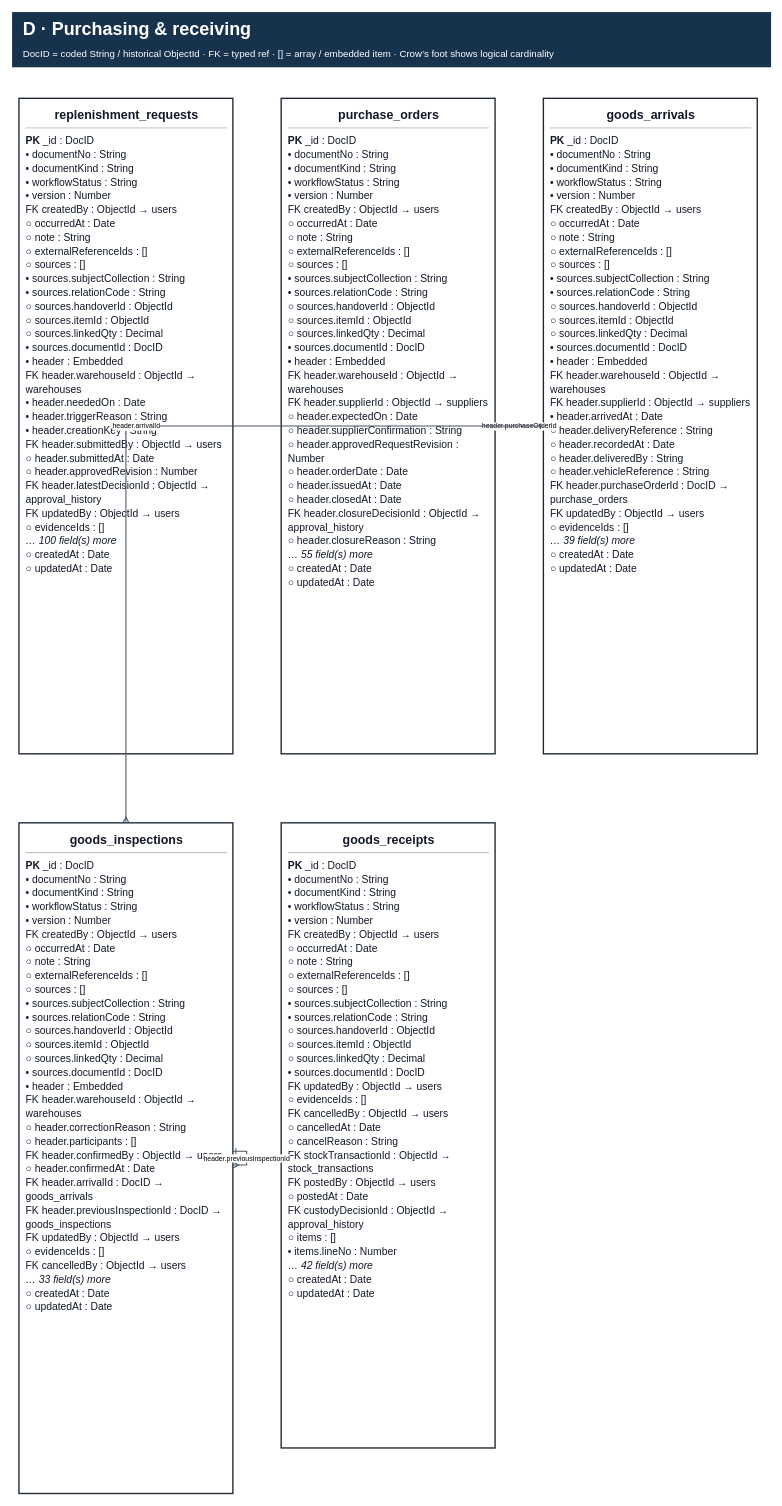
bupbalabup/wmsd_be keeps this draw.io diagram as page "D · Purchasing & receiving" (5 of 11) of git_doc/docs/03_thiet_ke/DB_Current_2026-11-12_58/WMSD_ERD_Current.drawio. Above is the earlier version. Source tidied: cells renumbered, new cells numbered last; positions are measured from the earlier drawing's top-left corner, leaving out a move shared by most shapes. Both pictures are drawn from the tidied source at 69%, with x=0, y=0 at pixel (12, 12).
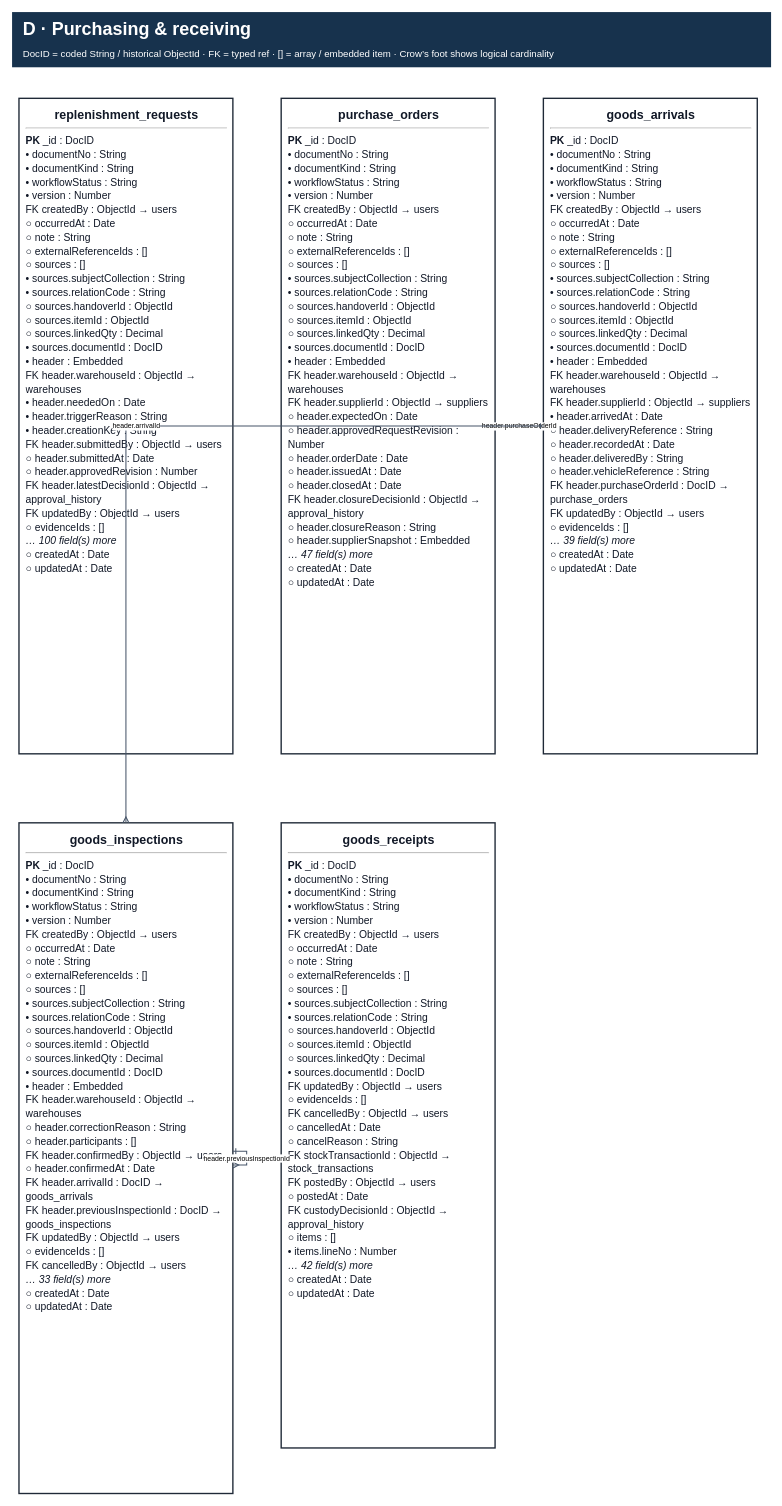
Above is the later version.

Diff of the diagram source:
```diff
@@
 <mxGraphModel background="#FFFFFF">
   <root>
     <mxCell id="0" />
     <mxCell id="1" parent="0" />
     <mxCell id="2" value="&lt;b&gt;D · Purchasing &amp; receiving&lt;/b&gt;&lt;br/&gt;&lt;font style=&quot;font-size:14px&quot;&gt;DocID = coded String / historical ObjectId · FK = typed ref · [] = array / embedded item · Crow’s foot shows logical cardinality&lt;/font&gt;" style="rounded=0;whiteSpace=wrap;html=1;fillColor=#17324D;strokeColor=none;fontColor=#FFFFFF;align=left;verticalAlign=middle;spacing=16;fontFamily=Arial;fontSize=26;" parent="1" vertex="1">
       <mxGeometry width="1100" height="80" as="geometry" />
     </mxCell>
     <mxCell id="3" value="&lt;div style=&quot;font-size:15px;line-height:20px&quot;&gt;&lt;div style=&quot;text-align:center;font-size:18px&quot;&gt;&lt;b&gt;replenishment_requests&lt;/b&gt;&lt;/div&gt;&lt;hr/&gt;&lt;div&gt;&lt;b&gt;PK&lt;/b&gt;  _id : DocID&lt;br/&gt;•  documentNo : String&lt;br/&gt;•  documentKind : String&lt;br/&gt;•  workflowStatus : String&lt;br/&gt;•  version : Number&lt;br/&gt;FK  createdBy : ObjectId → users&lt;br/&gt;○  occurredAt : Date&lt;br/&gt;○  note : String&lt;br/&gt;○  externalReferenceIds : []&lt;br/&gt;○  sources : []&lt;br/&gt;•  sources.subjectCollection : String&lt;br/&gt;•  sources.relationCode : String&lt;br/&gt;○  sources.handoverId : ObjectId&lt;br/&gt;○  sources.itemId : ObjectId&lt;br/&gt;○  sources.linkedQty : Decimal&lt;br/&gt;•  sources.documentId : DocID&lt;br/&gt;•  header : Embedded&lt;br/&gt;FK  header.warehouseId : ObjectId → warehouses&lt;br/&gt;•  header.neededOn : Date&lt;br/&gt;•  header.triggerReason : String&lt;br/&gt;•  header.creationKey : String&lt;br/&gt;FK  header.submittedBy : ObjectId → users&lt;br/&gt;○  header.submittedAt : Date&lt;br/&gt;○  header.approvedRevision : Number&lt;br/&gt;FK  header.latestDecisionId : ObjectId → approval_history&lt;br/&gt;FK  updatedBy : ObjectId → users&lt;br/&gt;○  evidenceIds : []&lt;br/&gt;&lt;i&gt;… 100 field(s) more&lt;/i&gt;&lt;br/&gt;○ createdAt : Date&lt;br/&gt;○ updatedAt : Date&lt;/div&gt;&lt;/div&gt;" style="rounded=0;whiteSpace=wrap;html=1;fillColor=#FFFFFF;strokeColor=#1F2937;strokeWidth=2;fontColor=#111827;align=left;verticalAlign=top;spacing=10;fontFamily=Arial;overflow=hidden;" parent="1" vertex="1">
       <mxGeometry x="10" y="125" width="310" height="950" as="geometry" />
     </mxCell>
-    <mxCell id="4" value="&lt;div style=&quot;font-size:15px;line-height:20px&quot;&gt;&lt;div style=&quot;text-align:center;font-size:18px&quot;&gt;&lt;b&gt;purchase_orders&lt;/b&gt;&lt;/div&gt;&lt;hr/&gt;&lt;div&gt;&lt;b&gt;PK&lt;/b&gt;  _id : DocID&lt;br/&gt;•  documentNo : String&lt;br/&gt;•  documentKind : String&lt;br/&gt;•  workflowStatus : String&lt;br/&gt;•  version : Number&lt;br/&gt;FK  createdBy : ObjectId → users&lt;br/&gt;○  occurredAt : Date&lt;br/&gt;○  note : String&lt;br/&gt;○  externalReferenceIds : []&lt;br/&gt;○  sources : []&lt;br/&gt;•  sources.subjectCollection : String&lt;br/&gt;•  sources.relationCode : String&lt;br/&gt;○  sources.handoverId : ObjectId&lt;br/&gt;○  sources.itemId : ObjectId&lt;br/&gt;○  sources.linkedQty : Decimal&lt;br/&gt;•  sources.documentId : DocID&lt;br/&gt;•  header : Embedded&lt;br/&gt;FK  header.warehouseId : ObjectId → warehouses&lt;br/&gt;FK  header.supplierId : ObjectId → suppliers&lt;br/&gt;○  header.expectedOn : Date&lt;br/&gt;○  header.supplierConfirmation : String&lt;br/&gt;○  header.approvedRequestRevision : Number&lt;br/&gt;○  header.orderDate : Date&lt;br/&gt;○  header.issuedAt : Date&lt;br/&gt;○  header.closedAt : Date&lt;br/&gt;FK  header.closureDecisionId : ObjectId → approval_history&lt;br/&gt;○  header.closureReason : String&lt;br/&gt;&lt;i&gt;… 55 field(s) more&lt;/i&gt;&lt;br/&gt;○ createdAt : Date&lt;br/&gt;○ updatedAt : Date&lt;/div&gt;&lt;/div&gt;" style="rounded=0;whiteSpace=wrap;html=1;fillColor=#FFFFFF;strokeColor=#1F2937;strokeWidth=2;fontColor=#111827;align=left;verticalAlign=top;spacing=10;fontFamily=Arial;overflow=hidden;" parent="1" vertex="1">
+    <mxCell id="4" value="&lt;div style=&quot;font-size:15px;line-height:20px&quot;&gt;&lt;div style=&quot;text-align:center;font-size:18px&quot;&gt;&lt;b&gt;purchase_orders&lt;/b&gt;&lt;/div&gt;&lt;hr/&gt;&lt;div&gt;&lt;b&gt;PK&lt;/b&gt;  _id : DocID&lt;br/&gt;•  documentNo : String&lt;br/&gt;•  documentKind : String&lt;br/&gt;•  workflowStatus : String&lt;br/&gt;•  version : Number&lt;br/&gt;FK  createdBy : ObjectId → users&lt;br/&gt;○  occurredAt : Date&lt;br/&gt;○  note : String&lt;br/&gt;○  externalReferenceIds : []&lt;br/&gt;○  sources : []&lt;br/&gt;•  sources.subjectCollection : String&lt;br/&gt;•  sources.relationCode : String&lt;br/&gt;○  sources.handoverId : ObjectId&lt;br/&gt;○  sources.itemId : ObjectId&lt;br/&gt;○  sources.linkedQty : Decimal&lt;br/&gt;•  sources.documentId : DocID&lt;br/&gt;•  header : Embedded&lt;br/&gt;FK  header.warehouseId : ObjectId → warehouses&lt;br/&gt;FK  header.supplierId : ObjectId → suppliers&lt;br/&gt;○  header.expectedOn : Date&lt;br/&gt;○  header.approvedRequestRevision : Number&lt;br/&gt;○  header.orderDate : Date&lt;br/&gt;○  header.issuedAt : Date&lt;br/&gt;○  header.closedAt : Date&lt;br/&gt;FK  header.closureDecisionId : ObjectId → approval_history&lt;br/&gt;○  header.closureReason : String&lt;br/&gt;○  header.supplierSnapshot : Embedded&lt;br/&gt;&lt;i&gt;… 47 field(s) more&lt;/i&gt;&lt;br/&gt;○ createdAt : Date&lt;br/&gt;○ updatedAt : Date&lt;/div&gt;&lt;/div&gt;" style="rounded=0;whiteSpace=wrap;html=1;fillColor=#FFFFFF;strokeColor=#1F2937;strokeWidth=2;fontColor=#111827;align=left;verticalAlign=top;spacing=10;fontFamily=Arial;overflow=hidden;" parent="1" vertex="1">
       <mxGeometry x="390" y="125" width="310" height="950" as="geometry" />
     </mxCell>
     <mxCell id="5" value="&lt;div style=&quot;font-size:15px;line-height:20px&quot;&gt;&lt;div style=&quot;text-align:center;font-size:18px&quot;&gt;&lt;b&gt;goods_arrivals&lt;/b&gt;&lt;/div&gt;&lt;hr/&gt;&lt;div&gt;&lt;b&gt;PK&lt;/b&gt;  _id : DocID&lt;br/&gt;•  documentNo : String&lt;br/&gt;•  documentKind : String&lt;br/&gt;•  workflowStatus : String&lt;br/&gt;•  version : Number&lt;br/&gt;FK  createdBy : ObjectId → users&lt;br/&gt;○  occurredAt : Date&lt;br/&gt;○  note : String&lt;br/&gt;○  externalReferenceIds : []&lt;br/&gt;○  sources : []&lt;br/&gt;•  sources.subjectCollection : String&lt;br/&gt;•  sources.relationCode : String&lt;br/&gt;○  sources.handoverId : ObjectId&lt;br/&gt;○  sources.itemId : ObjectId&lt;br/&gt;○  sources.linkedQty : Decimal&lt;br/&gt;•  sources.documentId : DocID&lt;br/&gt;•  header : Embedded&lt;br/&gt;FK  header.warehouseId : ObjectId → warehouses&lt;br/&gt;FK  header.supplierId : ObjectId → suppliers&lt;br/&gt;•  header.arrivedAt : Date&lt;br/&gt;○  header.deliveryReference : String&lt;br/&gt;○  header.recordedAt : Date&lt;br/&gt;○  header.deliveredBy : String&lt;br/&gt;○  header.vehicleReference : String&lt;br/&gt;FK  header.purchaseOrderId : DocID → purchase_orders&lt;br/&gt;FK  updatedBy : ObjectId → users&lt;br/&gt;○  evidenceIds : []&lt;br/&gt;&lt;i&gt;… 39 field(s) more&lt;/i&gt;&lt;br/&gt;○ createdAt : Date&lt;br/&gt;○ updatedAt : Date&lt;/div&gt;&lt;/div&gt;" style="rounded=0;whiteSpace=wrap;html=1;fillColor=#FFFFFF;strokeColor=#1F2937;strokeWidth=2;fontColor=#111827;align=left;verticalAlign=top;spacing=10;fontFamily=Arial;overflow=hidden;" parent="1" vertex="1">
       <mxGeometry x="770" y="125" width="310" height="950" as="geometry" />
     </mxCell>
     <mxCell id="6" value="&lt;div style=&quot;font-size:15px;line-height:20px&quot;&gt;&lt;div style=&quot;text-align:center;font-size:18px&quot;&gt;&lt;b&gt;goods_inspections&lt;/b&gt;&lt;/div&gt;&lt;hr/&gt;&lt;div&gt;&lt;b&gt;PK&lt;/b&gt;  _id : DocID&lt;br/&gt;•  documentNo : String&lt;br/&gt;•  documentKind : String&lt;br/&gt;•  workflowStatus : String&lt;br/&gt;•  version : Number&lt;br/&gt;FK  createdBy : ObjectId → users&lt;br/&gt;○  occurredAt : Date&lt;br/&gt;○  note : String&lt;br/&gt;○  externalReferenceIds : []&lt;br/&gt;○  sources : []&lt;br/&gt;•  sources.subjectCollection : String&lt;br/&gt;•  sources.relationCode : String&lt;br/&gt;○  sources.handoverId : ObjectId&lt;br/&gt;○  sources.itemId : ObjectId&lt;br/&gt;○  sources.linkedQty : Decimal&lt;br/&gt;•  sources.documentId : DocID&lt;br/&gt;•  header : Embedded&lt;br/&gt;FK  header.warehouseId : ObjectId → warehouses&lt;br/&gt;○  header.correctionReason : String&lt;br/&gt;○  header.participants : []&lt;br/&gt;FK  header.confirmedBy : ObjectId → users&lt;br/&gt;○  header.confirmedAt : Date&lt;br/&gt;FK  header.arrivalId : DocID → goods_arrivals&lt;br/&gt;FK  header.previousInspectionId : DocID → goods_inspections&lt;br/&gt;FK  updatedBy : ObjectId → users&lt;br/&gt;○  evidenceIds : []&lt;br/&gt;FK  cancelledBy : ObjectId → users&lt;br/&gt;&lt;i&gt;… 33 field(s) more&lt;/i&gt;&lt;br/&gt;○ createdAt : Date&lt;br/&gt;○ updatedAt : Date&lt;/div&gt;&lt;/div&gt;" style="rounded=0;whiteSpace=wrap;html=1;fillColor=#FFFFFF;strokeColor=#1F2937;strokeWidth=2;fontColor=#111827;align=left;verticalAlign=top;spacing=10;fontFamily=Arial;overflow=hidden;" parent="1" vertex="1">
       <mxGeometry x="10" y="1175" width="310" height="972" as="geometry" />
     </mxCell>
     <mxCell id="7" value="&lt;div style=&quot;font-size:15px;line-height:20px&quot;&gt;&lt;div style=&quot;text-align:center;font-size:18px&quot;&gt;&lt;b&gt;goods_receipts&lt;/b&gt;&lt;/div&gt;&lt;hr/&gt;&lt;div&gt;&lt;b&gt;PK&lt;/b&gt;  _id : DocID&lt;br/&gt;•  documentNo : String&lt;br/&gt;•  documentKind : String&lt;br/&gt;•  workflowStatus : String&lt;br/&gt;•  version : Number&lt;br/&gt;FK  createdBy : ObjectId → users&lt;br/&gt;○  occurredAt : Date&lt;br/&gt;○  note : String&lt;br/&gt;○  externalReferenceIds : []&lt;br/&gt;○  sources : []&lt;br/&gt;•  sources.subjectCollection : String&lt;br/&gt;•  sources.relationCode : String&lt;br/&gt;○  sources.handoverId : ObjectId&lt;br/&gt;○  sources.itemId : ObjectId&lt;br/&gt;○  sources.linkedQty : Decimal&lt;br/&gt;•  sources.documentId : DocID&lt;br/&gt;FK  updatedBy : ObjectId → users&lt;br/&gt;○  evidenceIds : []&lt;br/&gt;FK  cancelledBy : ObjectId → users&lt;br/&gt;○  cancelledAt : Date&lt;br/&gt;○  cancelReason : String&lt;br/&gt;FK  stockTransactionId : ObjectId → stock_transactions&lt;br/&gt;FK  postedBy : ObjectId → users&lt;br/&gt;○  postedAt : Date&lt;br/&gt;FK  custodyDecisionId : ObjectId → approval_history&lt;br/&gt;○  items : []&lt;br/&gt;•  items.lineNo : Number&lt;br/&gt;&lt;i&gt;… 42 field(s) more&lt;/i&gt;&lt;br/&gt;○ createdAt : Date&lt;br/&gt;○ updatedAt : Date&lt;/div&gt;&lt;/div&gt;" style="rounded=0;whiteSpace=wrap;html=1;fillColor=#FFFFFF;strokeColor=#1F2937;strokeWidth=2;fontColor=#111827;align=left;verticalAlign=top;spacing=10;fontFamily=Arial;overflow=hidden;" parent="1" vertex="1">
       <mxGeometry x="390" y="1175" width="310" height="906" as="geometry" />
     </mxCell>
     <mxCell id="8" value="header.purchaseOrderId" style="edgeStyle=orthogonalEdgeStyle;rounded=0;jettySize=auto;html=1;strokeColor=#475569;strokeWidth=1.5;startArrow=ERone;endArrow=ERmany;fontFamily=Arial;fontSize=10;labelBackgroundColor=#FFFFFF;" parent="1" edge="1" source="4" target="5">
       <mxGeometry relative="1" as="geometry" />
     </mxCell>
     <mxCell id="9" value="header.arrivalId" style="edgeStyle=orthogonalEdgeStyle;rounded=0;jettySize=auto;html=1;strokeColor=#475569;strokeWidth=1.5;startArrow=ERone;endArrow=ERmany;fontFamily=Arial;fontSize=10;labelBackgroundColor=#FFFFFF;" parent="1" edge="1" source="5" target="6">
       <mxGeometry relative="1" as="geometry" />
     </mxCell>
     <mxCell id="10" value="header.previousInspectionId" style="edgeStyle=orthogonalEdgeStyle;rounded=0;orthogonalLoop=1;jettySize=auto;html=1;strokeColor=#475569;strokeWidth=1.5;startArrow=ERone;endArrow=ERmany;fontFamily=Arial;fontSize=10;labelBackgroundColor=#FFFFFF;" parent="1" edge="1" source="6" target="6">
       <mxGeometry relative="1" as="geometry" />
     </mxCell>
   </root>
 </mxGraphModel>
```
